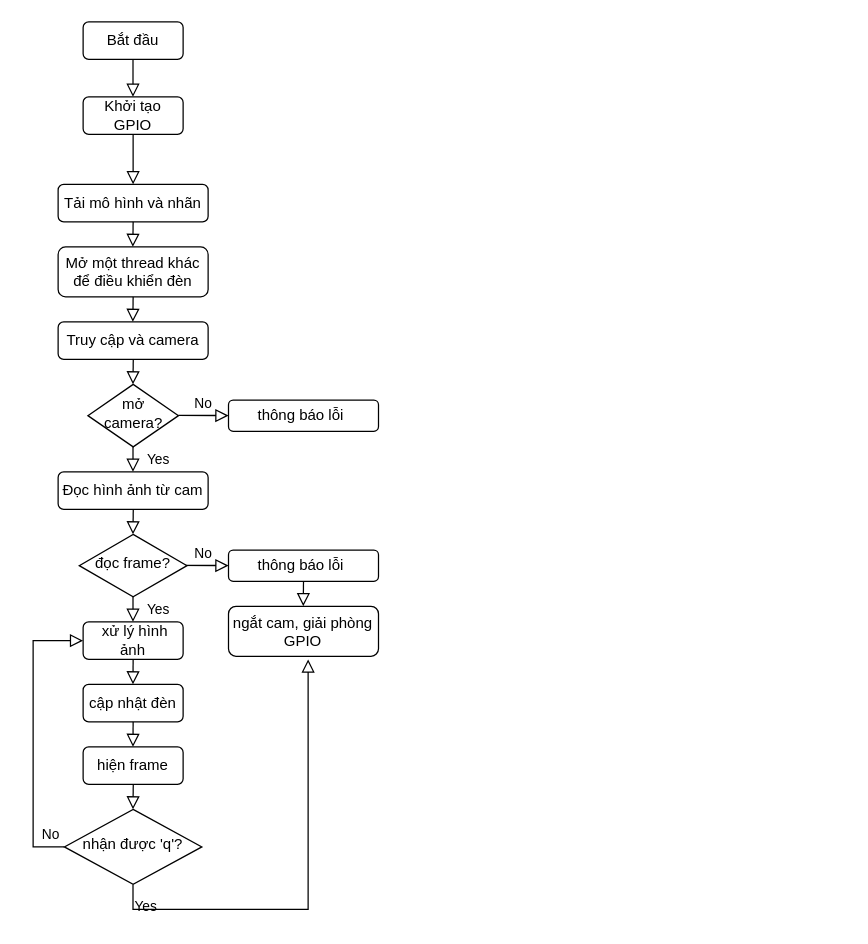
The draw.io diagram sơ đồ thuật toán.drawio in phungtra42/TensorFlow-Object-Detection-on-the-Raspberry-Pi, before the edit. Source tidied: cells renumbered, new cells numbered last; positions are measured from the earlier drawing's top-left corner, leaving out a move shared by most shapes. Both pictures are drawn from the tidied source at 125%, with x=0, y=0 at pixel (32, 21).
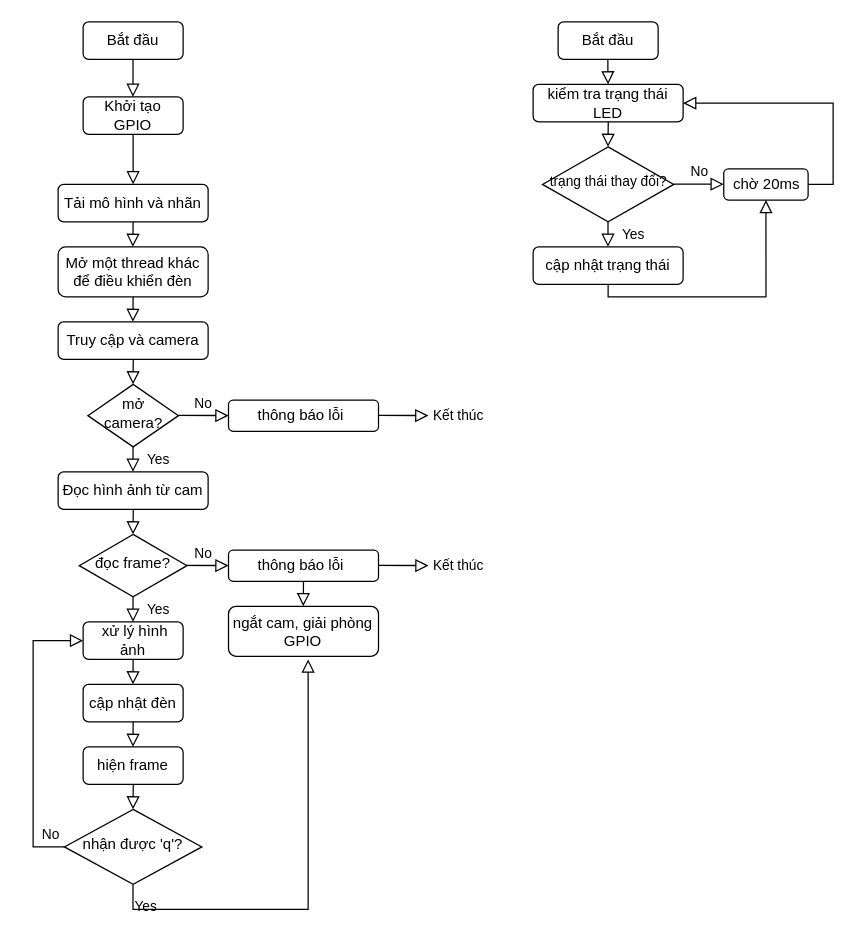
Above is the later version.

Change to the diagram source:
```diff
@@
+    <mxCell id="33" value="Kết thúc" style="edgeStyle=orthogonalEdgeStyle;rounded=0;html=1;jettySize=auto;orthogonalLoop=1;fontSize=11;endArrow=block;endFill=0;endSize=8;strokeWidth=1;shadow=0;labelBackgroundColor=none;" parent="1" edge="1">
+      <mxGeometry x="1" y="24" relative="1" as="geometry">
+        <mxPoint x="306.3" y="434.8" as="sourcePoint" />
+        <mxPoint x="316.3" y="435" as="targetPoint" />
+        <Array as="points">
+          <mxPoint x="276.3" y="434.8" />
+        </Array>
+        <mxPoint x="24" y="24" as="offset" />
+      </mxGeometry>
+    </mxCell>
+    <mxCell id="34" value="Kết thúc" style="edgeStyle=orthogonalEdgeStyle;rounded=0;html=1;jettySize=auto;orthogonalLoop=1;fontSize=11;endArrow=block;endFill=0;endSize=8;strokeWidth=1;shadow=0;labelBackgroundColor=none;" parent="1" edge="1">
+      <mxGeometry x="1" y="24" relative="1" as="geometry">
+        <mxPoint x="306.2" y="314.8" as="sourcePoint" />
+        <mxPoint x="316.2" y="315" as="targetPoint" />
+        <Array as="points">
+          <mxPoint x="276.2" y="314.8" />
+        </Array>
+        <mxPoint x="24" y="24" as="offset" />
+      </mxGeometry>
+    </mxCell>
+    <mxCell id="35" value="Bắt đầu" style="rounded=1;whiteSpace=wrap;html=1;fontSize=12;glass=0;strokeWidth=1;shadow=0;" parent="1" vertex="1">
+      <mxGeometry x="420" width="80" height="30" as="geometry" />
+    </mxCell>
+    <mxCell id="36" style="rounded=0;html=1;jettySize=auto;orthogonalLoop=1;fontSize=11;endArrow=block;endFill=0;endSize=8;strokeWidth=1;shadow=0;labelBackgroundColor=none;edgeStyle=orthogonalEdgeStyle;" parent="1" edge="1">
+      <mxGeometry relative="1" as="geometry">
+        <mxPoint x="459.8" y="30" as="sourcePoint" />
+        <mxPoint x="460" y="50" as="targetPoint" />
+        <Array as="points">
+          <mxPoint x="459.8" y="40" />
+          <mxPoint x="459.8" y="40" />
+        </Array>
+      </mxGeometry>
+    </mxCell>
+    <mxCell id="37" value="Yes" style="rounded=0;html=1;jettySize=auto;orthogonalLoop=1;fontSize=11;endArrow=block;endFill=0;endSize=8;strokeWidth=1;shadow=0;labelBackgroundColor=none;edgeStyle=orthogonalEdgeStyle;" parent="1" edge="1">
+      <mxGeometry y="20" relative="1" as="geometry">
+        <mxPoint x="459.9" y="160" as="sourcePoint" />
+        <mxPoint x="459.9" y="180" as="targetPoint" />
+      </mxGeometry>
+    </mxCell>
+    <mxCell id="38" value="No" style="edgeStyle=orthogonalEdgeStyle;rounded=0;html=1;jettySize=auto;orthogonalLoop=1;fontSize=11;endArrow=block;endFill=0;endSize=8;strokeWidth=1;shadow=0;labelBackgroundColor=none;" parent="1" edge="1">
+      <mxGeometry x="-0.71" y="-10" relative="1" as="geometry">
+        <mxPoint x="542.5" y="129.7" as="sourcePoint" />
+        <mxPoint x="552.5" y="129.9" as="targetPoint" />
+        <Array as="points">
+          <mxPoint x="512.5" y="129.7" />
+        </Array>
+      </mxGeometry>
+    </mxCell>
+    <mxCell id="39" value="&lt;font style=&quot;font-size: 11px;&quot;&gt;trạng thái thay đổi?&lt;/font&gt;" style="rhombus;whiteSpace=wrap;html=1;shadow=0;fontFamily=Helvetica;fontSize=12;align=center;strokeWidth=1;spacing=6;spacingTop=-4;" parent="1" vertex="1">
+      <mxGeometry x="407.5" y="100" width="105" height="60" as="geometry" />
+    </mxCell>
+    <mxCell id="40" value="chờ 20ms" style="rounded=1;whiteSpace=wrap;html=1;fontSize=12;glass=0;strokeWidth=1;shadow=0;" parent="1" vertex="1">
+      <mxGeometry x="552.5" y="117.5" width="67.5" height="25" as="geometry" />
+    </mxCell>
+    <mxCell id="41" value="cập nhật trạng thái" style="rounded=1;whiteSpace=wrap;html=1;fontSize=12;glass=0;strokeWidth=1;shadow=0;" parent="1" vertex="1">
+      <mxGeometry x="400" y="180" width="120" height="30" as="geometry" />
+    </mxCell>
+    <mxCell id="42" value="kiểm tra trạng thái LED" style="rounded=1;whiteSpace=wrap;html=1;fontSize=12;glass=0;strokeWidth=1;shadow=0;" parent="1" vertex="1">
+      <mxGeometry x="400" y="50" width="120" height="30" as="geometry" />
+    </mxCell>
+    <mxCell id="43" style="rounded=0;html=1;jettySize=auto;orthogonalLoop=1;fontSize=11;endArrow=block;endFill=0;endSize=8;strokeWidth=1;shadow=0;labelBackgroundColor=none;edgeStyle=orthogonalEdgeStyle;" parent="1" edge="1">
+      <mxGeometry relative="1" as="geometry">
+        <mxPoint x="460.1" y="80" as="sourcePoint" />
+        <mxPoint x="459.9" y="100" as="targetPoint" />
+      </mxGeometry>
+    </mxCell>
+    <mxCell id="44" style="rounded=0;html=1;jettySize=auto;fontSize=11;endArrow=block;endFill=0;endSize=8;strokeWidth=1;shadow=0;labelBackgroundColor=none;edgeStyle=orthogonalEdgeStyle;exitX=1;exitY=0.5;exitDx=0;exitDy=0;entryX=1;entryY=0.5;entryDx=0;entryDy=0;" parent="1" edge="1" source="40" target="42">
+      <mxGeometry relative="1" as="geometry" />
+    </mxCell>
+    <mxCell id="45" style="rounded=0;html=1;jettySize=auto;fontSize=11;endArrow=block;endFill=0;endSize=8;strokeWidth=1;shadow=0;labelBackgroundColor=none;edgeStyle=orthogonalEdgeStyle;entryX=0.5;entryY=1;entryDx=0;entryDy=0;exitX=0.5;exitY=1;exitDx=0;exitDy=0;" parent="1" edge="1" source="41" target="40">
+      <mxGeometry relative="1" as="geometry">
+        <Array as="points">
+          <mxPoint x="460" y="220" />
+          <mxPoint x="586" y="220" />
+        </Array>
+      </mxGeometry>
+    </mxCell>
```
